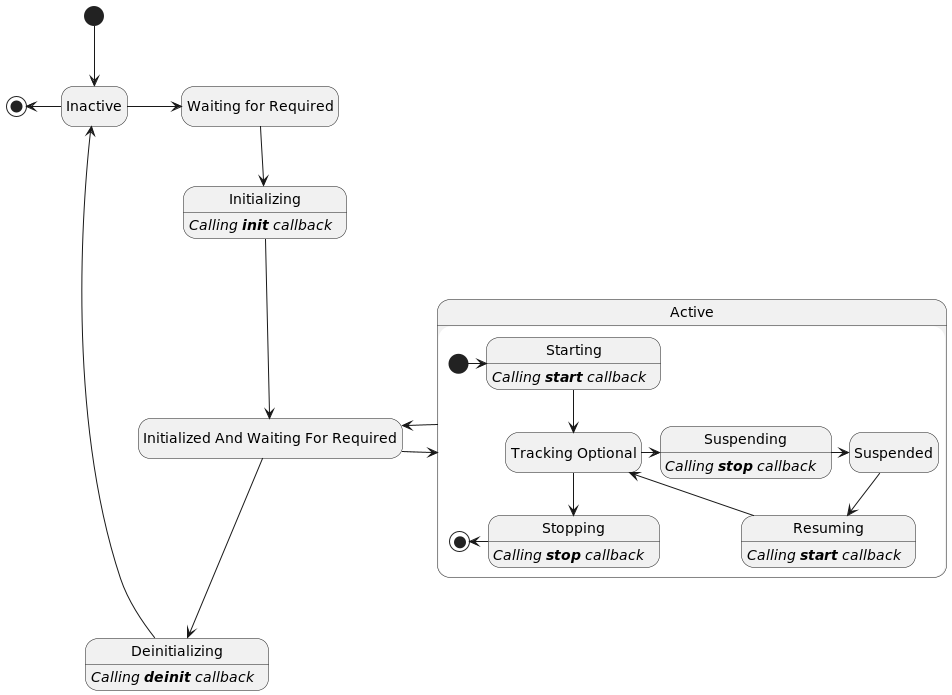
This is documents/diagrams/component_lifecycle.png from apache/celix, a PlantUML export, as it was before one commit. Source of this version:
```plantuml
@startuml
hide empty description
state "Waiting for Required" as WaitingForRequired
state "Initialized And Waiting For Required" as Initialized

[*] -down-> Inactive
Inactive -left-> [*]
Inactive  -right-> WaitingForRequired
WaitingForRequired -down-> Initializing
Initializing -down-> Initialized

state Active {
    state "Tracking Optional" as TrackingOptional
    [*] -> Starting
    Starting -down-> TrackingOptional
    TrackingOptional -> Suspending
    Suspending -> Suspended
    Suspended -> Resuming
    Resuming --> TrackingOptional
    TrackingOptional --> Stopping
    Stopping -left-> [*]
}

Initialized -> Active
Active -> Initialized

Initialized -down-> Deinitializing
Deinitializing -down-> Inactive

Initializing:   <i>Calling <b>init</b> callback</i>
Starting:       <i>Calling <b>start</b> callback</i>
Stopping:       <i>Calling <b>stop</b> callback</i>
Deinitializing: <i>Calling <b>deinit</b> callback</i>
Suspending:     <i>Calling <b>stop</b> callback</i>
Resuming:       <i>Calling <b>start</b> callback</i>

@enduml
```
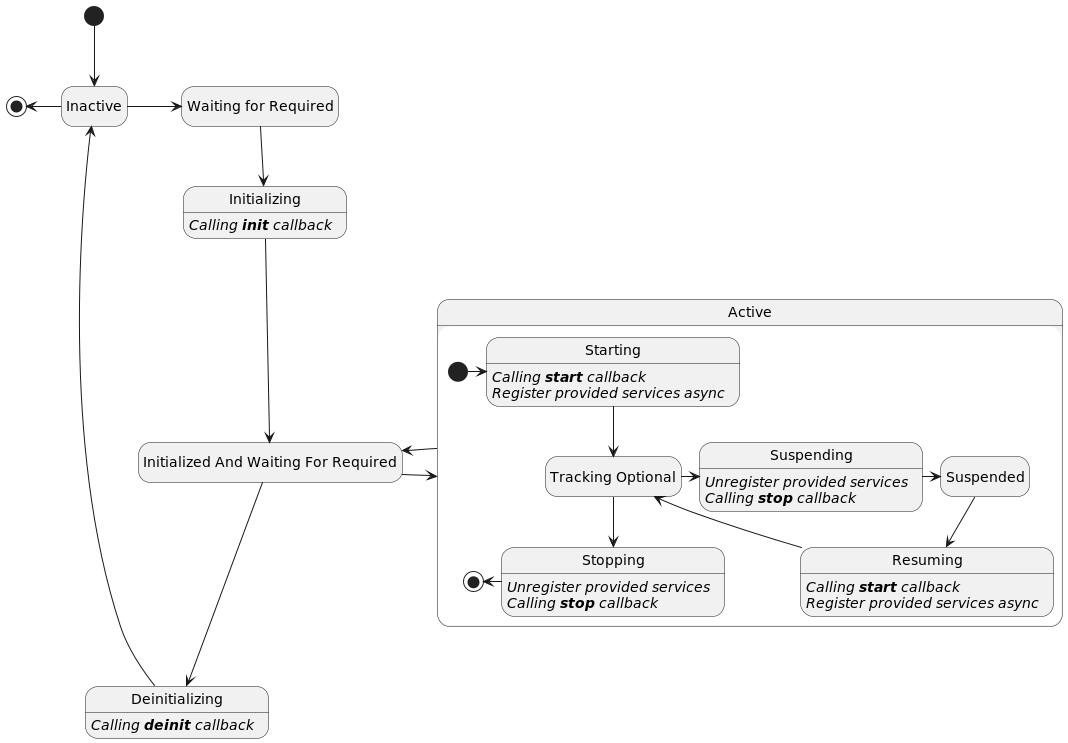
Above is the later version.

Commit message:
Updates component lifecycle state diagram

Change to the diagram source:
```diff
@@ -29,9 +29,13 @@
 
 Initializing:   <i>Calling <b>init</b> callback</i>
 Starting:       <i>Calling <b>start</b> callback</i>
+Starting:       <i>Register provided services async</i>
+Stopping:       <i>Unregister provided services</i>
 Stopping:       <i>Calling <b>stop</b> callback</i>
 Deinitializing: <i>Calling <b>deinit</b> callback</i>
+Suspending:     <i>Unregister provided services</i>
 Suspending:     <i>Calling <b>stop</b> callback</i>
 Resuming:       <i>Calling <b>start</b> callback</i>
+Resuming:       <i>Register provided services async</i>
 
 @enduml
```
